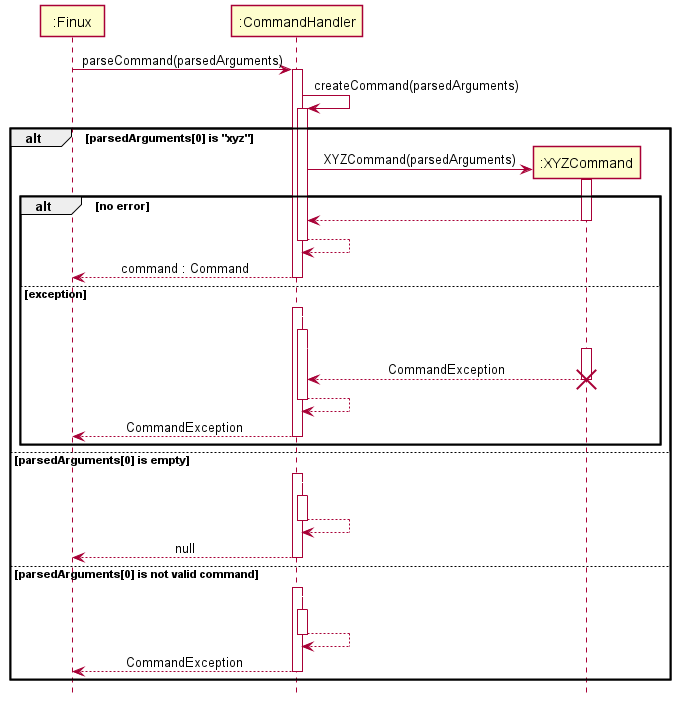
Earlier version of the PlantUML export docs/img/CommandHandlerSequenceDiagram.png (nus-cs2113-AY2021S2/tp).
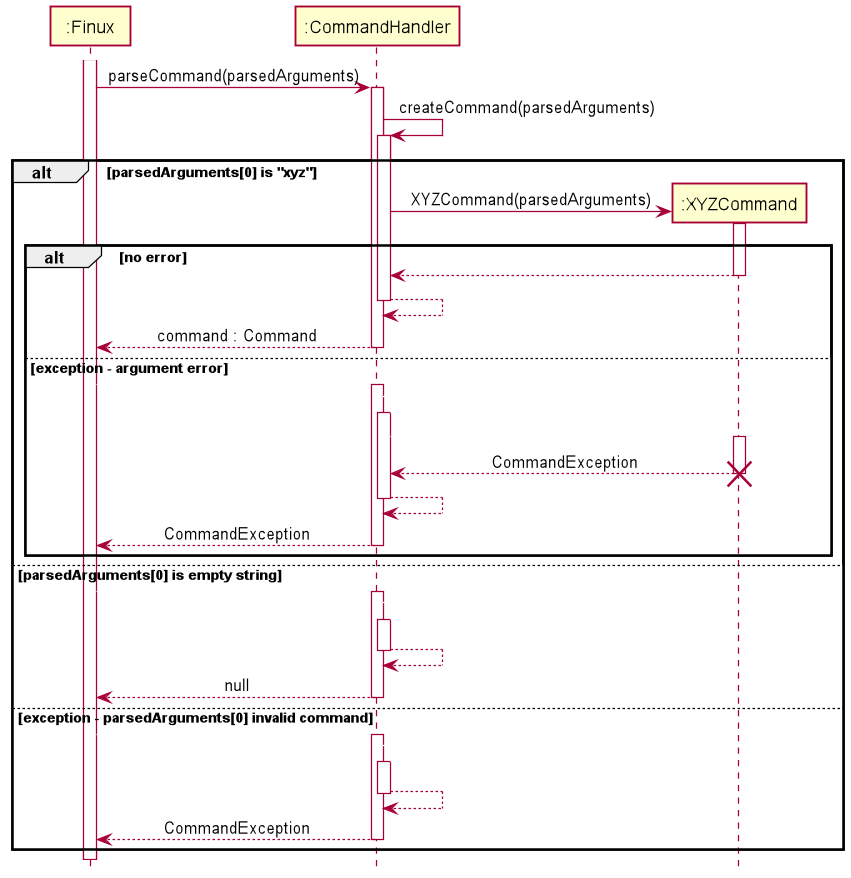
The same file after the commit.

What changed in the source:
```diff
@@ -5,6 +5,7 @@
 Participant ":CommandHandler" as CommandHandler
 Participant ":XYZCommand" as XYZCommand
 
+activate Finux
 Finux -> CommandHandler : parseCommand(parsedArguments)
 activate CommandHandler
 CommandHandler -> CommandHandler :createCommand(parsedArguments)
@@ -20,7 +21,7 @@
     deactivate CommandHandler
     CommandHandler --> Finux : command : Command
     deactivate CommandHandler
-    else exception
+    else exception - argument error
         Finux --[#white]> CommandHandler
         activate CommandHandler
         CommandHandler -[#white]> CommandHandler
@@ -35,7 +36,7 @@
         CommandHandler --> Finux : CommandException
         deactivate CommandHandler
     end
-else parsedArguments[0] is empty
+else parsedArguments[0] is empty string
     Finux --[#white]> CommandHandler
     activate CommandHandler
     CommandHandler -[#white]> CommandHandler
@@ -44,7 +45,7 @@
     deactivate CommandHandler
     CommandHandler --> Finux : null
     deactivate CommandHandler
-else parsedArguments[0] is not valid command
+else exception - parsedArguments[0] invalid command
     Finux --[#white]> CommandHandler
     activate CommandHandler
     CommandHandler -[#white]> CommandHandler
```
